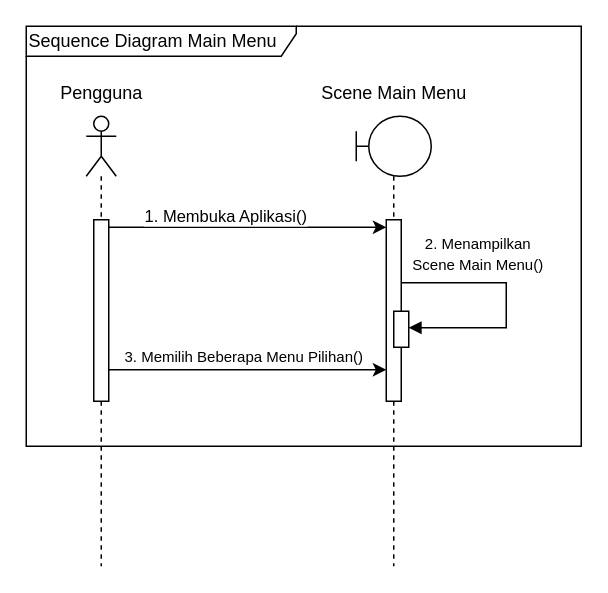
Before: skripsi/skripsi/gambar/BAB III/Sequence Diagram/Sequence Diagram Activity Diagram Main Menu.drawio in hako-975/UNPAM-File, a draw.io diagram. Source tidied: cells renumbered, new cells numbered last; positions are measured from the earlier drawing's top-left corner, leaving out a move shared by most shapes. Both pictures are drawn from the tidied source at 150%, with x=0, y=0 at pixel (26, 26).
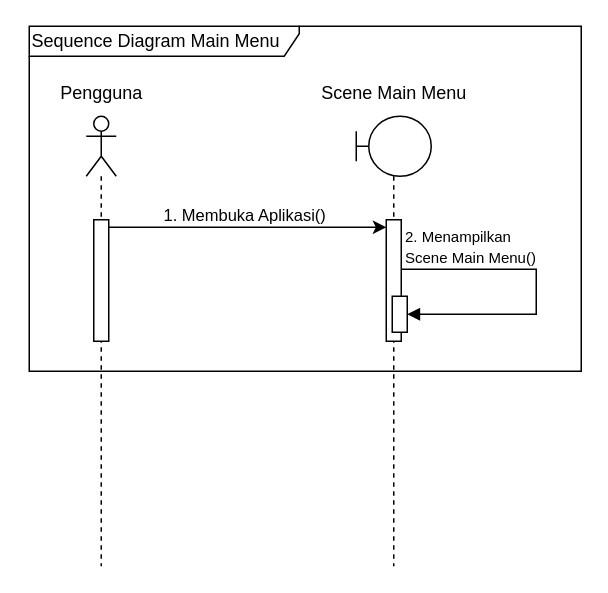
The same page after the edit.

Change to the diagram source:
```diff
@@
 <mxGraphModel>
   <root>
     <mxCell id="0" />
     <mxCell id="1" parent="0" />
     <mxCell id="2" value="&lt;div&gt;&lt;/div&gt;" style="shape=umlLifeline;perimeter=lifelinePerimeter;whiteSpace=wrap;html=1;newEdgeStyle={&quot;curved&quot;:0,&quot;rounded&quot;:0};participant=umlActor;size=40;" parent="1" vertex="1">
       <mxGeometry x="40" y="60" width="20" height="300" as="geometry" />
     </mxCell>
     <mxCell id="3" style="html=1;points=[[0,0,0,0,5],[0,1,0,0,-5],[1,0,0,0,5],[1,1,0,0,-5]];perimeter=orthogonalPerimeter;outlineConnect=0;targetShapes=umlLifeline;portConstraint=eastwest;newEdgeStyle={&quot;curved&quot;:0,&quot;rounded&quot;:0};" parent="2" vertex="1">
-      <mxGeometry x="5" y="69" width="10" height="121" as="geometry" />
+      <mxGeometry x="5" y="69" width="10" height="81" as="geometry" />
     </mxCell>
     <mxCell id="4" value="&lt;div&gt;Pengguna&lt;/div&gt;" style="text;html=1;align=center;verticalAlign=middle;strokeColor=none;fillColor=none;" parent="1" vertex="1">
       <mxGeometry x="10" y="30" width="80" height="30" as="geometry" />
     </mxCell>
     <mxCell id="5" style="shape=umlLifeline;perimeter=lifelinePerimeter;whiteSpace=wrap;html=1;newEdgeStyle={&quot;curved&quot;:0,&quot;rounded&quot;:0};participant=umlBoundary;" parent="1" vertex="1">
       <mxGeometry x="220" y="60" width="50" height="300" as="geometry" />
     </mxCell>
     <mxCell id="6" style="html=1;points=[[0,0,0,0,5],[0,1,0,0,-5],[1,0,0,0,5],[1,1,0,0,-5]];perimeter=orthogonalPerimeter;outlineConnect=0;targetShapes=umlLifeline;portConstraint=eastwest;newEdgeStyle={&quot;curved&quot;:0,&quot;rounded&quot;:0};" parent="5" vertex="1">
-      <mxGeometry x="20" y="69" width="10" height="121" as="geometry" />
+      <mxGeometry x="20" y="69" width="10" height="81" as="geometry" />
     </mxCell>
+    <mxCell id="8" style="html=1;align=left;spacingLeft=2;endArrow=block;rounded=0;edgeStyle=orthogonalEdgeStyle;curved=0;rounded=0;" parent="5" edge="1" source="6" target="7">
+      <mxGeometry x="-1" y="22" relative="1" as="geometry">
+        <Array as="points">
+          <mxPoint x="120" y="102" />
+          <mxPoint x="120" y="132" />
+        </Array>
+      </mxGeometry>
+    </mxCell>
     <mxCell id="7" style="html=1;points=[[0,0,0,0,5],[0,1,0,0,-5],[1,0,0,0,5],[1,1,0,0,-5]];perimeter=orthogonalPerimeter;outlineConnect=0;targetShapes=umlLifeline;portConstraint=eastwest;newEdgeStyle={&quot;curved&quot;:0,&quot;rounded&quot;:0};" parent="5" vertex="1">
-      <mxGeometry x="25" y="130" width="10" height="24" as="geometry" />
+      <mxGeometry x="24" y="120" width="10" height="24" as="geometry" />
     </mxCell>
-    <mxCell id="8" value="&lt;font style=&quot;font-size: 10px;&quot;&gt;2. Menampilkan &lt;br&gt;Scene Main Menu()&lt;/font&gt;" style="html=1;align=center;spacingLeft=2;endArrow=block;rounded=0;edgeStyle=orthogonalEdgeStyle;curved=0;rounded=0;" parent="5" edge="1">
-      <mxGeometry x="-0.39" y="19" relative="1" as="geometry">
-        <mxPoint x="30" y="111" as="sourcePoint" />
-        <mxPoint x="35" y="141" as="targetPoint" />
-        <Array as="points">
-          <mxPoint x="100" y="111" />
-          <mxPoint x="100" y="141" />
-        </Array>
-      </mxGeometry>
-    </mxCell>
     <mxCell id="9" value="&lt;div&gt;Scene Main Menu&lt;/div&gt;" style="text;html=1;align=center;verticalAlign=middle;strokeColor=none;fillColor=none;" parent="1" vertex="1">
       <mxGeometry x="185" y="30" width="120" height="30" as="geometry" />
     </mxCell>
     <mxCell id="10" style="edgeStyle=orthogonalEdgeStyle;rounded=0;jettySize=auto;html=1;curved=0;entryX=0;entryY=0;entryDx=0;entryDy=5;entryPerimeter=0;exitX=1;exitY=0;exitDx=0;exitDy=5;exitPerimeter=0;" parent="1" edge="1" source="3" target="6">
       <mxGeometry relative="1" as="geometry" />
     </mxCell>
-    <mxCell id="11" value="1. Membuka Aplikasi()" style="edgeLabel;html=1;align=center;verticalAlign=middle;" parent="10" vertex="1">
+    <mxCell id="11" value="1. Membuka Aplikasi()" style="edgeLabel;html=1;align=left;verticalAlign=middle;" parent="10" vertex="1">
       <mxGeometry x="-0.33" y="1" relative="1" as="geometry">
-        <mxPoint x="15" y="-7" as="offset" />
+        <mxPoint x="-27" y="-8" as="offset" />
       </mxGeometry>
     </mxCell>
+    <mxCell id="15" value="&lt;span style=&quot;font-size: 10px;&quot;&gt;2. Menampilkan&amp;nbsp;&lt;/span&gt;&lt;div&gt;&lt;span style=&quot;font-size: 10px;&quot;&gt;Scene&amp;nbsp;&lt;/span&gt;&lt;span style=&quot;font-size: 10px;&quot;&gt;Main Menu()&lt;/span&gt;&lt;/div&gt;" style="edgeLabel;html=1;align=left;verticalAlign=middle;" parent="10" vertex="1">
+      <mxGeometry x="-0.33" y="1" relative="1" as="geometry">
+        <mxPoint x="134" y="13" as="offset" />
+      </mxGeometry>
+    </mxCell>
     <mxCell id="12" value="Sequence Diagram Main Menu" style="shape=umlFrame;whiteSpace=wrap;html=1;width=180;height=20;align=left;" parent="1" vertex="1">
-      <mxGeometry width="370" height="280" as="geometry" />
+      <mxGeometry x="2" width="368" height="230" as="geometry" />
     </mxCell>
-    <mxCell id="13" style="edgeStyle=orthogonalEdgeStyle;rounded=0;orthogonalLoop=1;jettySize=auto;html=1;curved=0;exitX=1;exitY=1;exitDx=0;exitDy=-5;exitPerimeter=0;entryX=0;entryY=1;entryDx=0;entryDy=-5;entryPerimeter=0;" parent="1" edge="1">
-      <mxGeometry relative="1" as="geometry">
-        <mxPoint x="55" y="229" as="sourcePoint" />
-        <mxPoint x="240" y="229" as="targetPoint" />
-      </mxGeometry>
-    </mxCell>
-    <mxCell id="14" value="&lt;font style=&quot;font-size: 10px;&quot;&gt;3. Memilih Beberapa Menu Pilihan()&lt;/font&gt;" style="text;html=1;align=center;verticalAlign=middle;strokeColor=none;fillColor=none;" parent="1" vertex="1">
-      <mxGeometry x="55" y="205" width="180" height="30" as="geometry" />
-    </mxCell>
   </root>
 </mxGraphModel>
```
